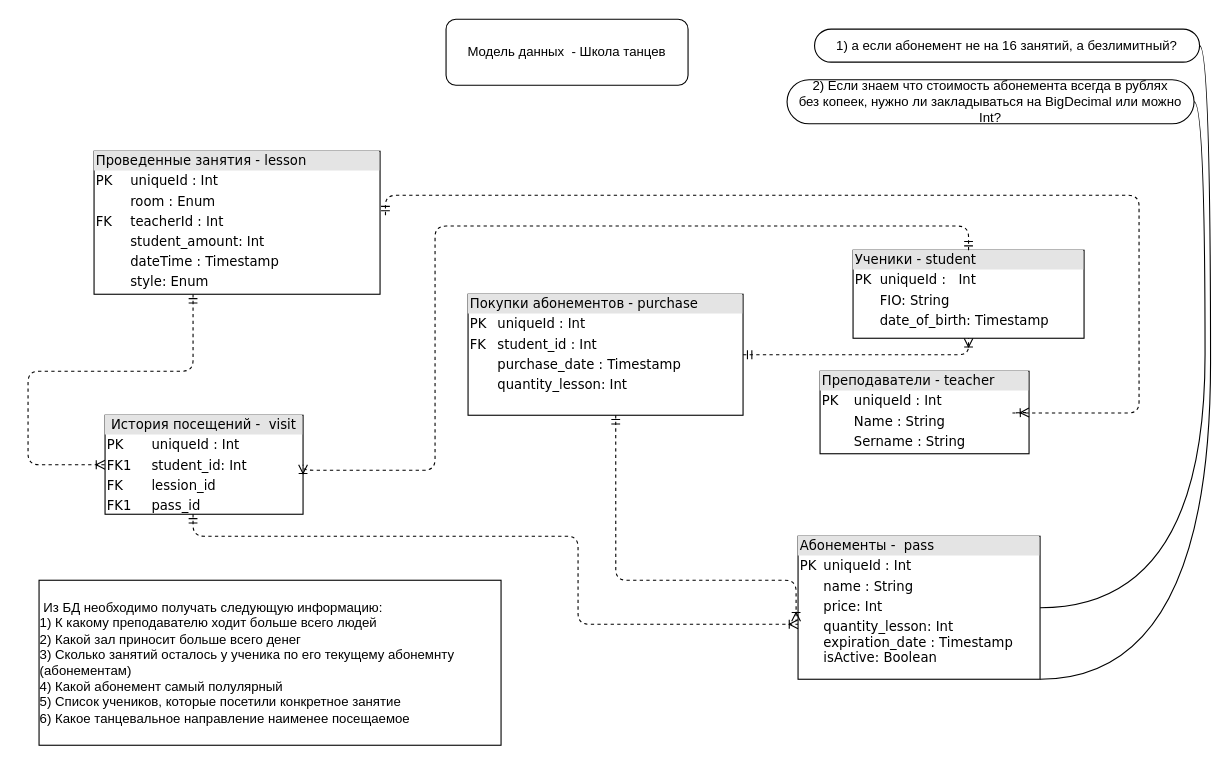
Above: Untitled Diagram.drawio in AlexandraKozhevnikova/level_up_data_base (draw.io), before the change. Source tidied: cells renumbered, new cells numbered last; positions are measured from the earlier drawing's top-left corner, leaving out a move shared by most shapes. Both pictures are drawn from the tidied source at 110%, with x=0, y=0 at pixel (28, 19).
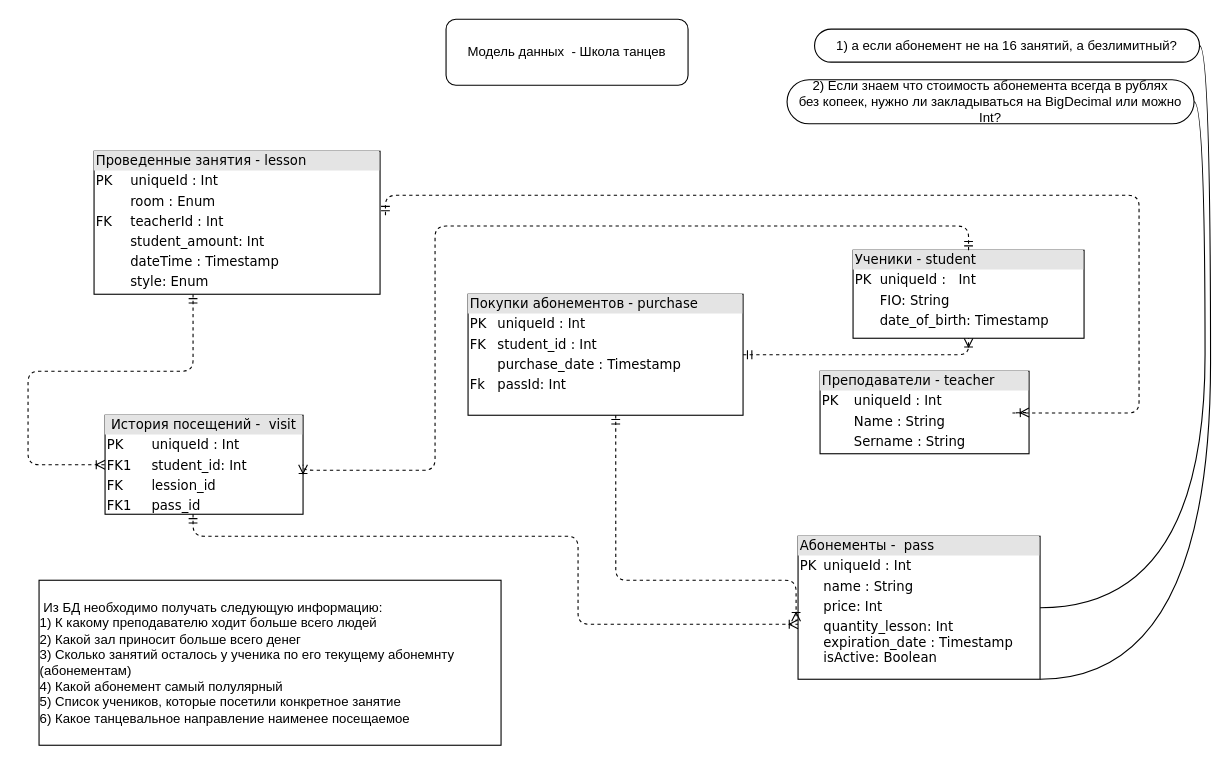
Above is the later version.

What changed in the source:
```diff
@@
-    <mxCell id="8" value="&lt;div style=&quot;box-sizing: border-box ; width: 100% ; background: #e4e4e4 ; padding: 2px&quot;&gt;Покупки абонементов - purchase&lt;/div&gt;&lt;table style=&quot;width: 100% ; font-size: 1em&quot; cellpadding=&quot;2&quot; cellspacing=&quot;0&quot;&gt;&lt;tbody&gt;&lt;tr&gt;&lt;td&gt;PK&lt;/td&gt;&lt;td&gt;uniqueId : Int&lt;/td&gt;&lt;/tr&gt;&lt;tr&gt;&lt;td&gt;FK&lt;/td&gt;&lt;td&gt;student_id : Int&lt;/td&gt;&lt;/tr&gt;&lt;tr&gt;&lt;td&gt;&lt;/td&gt;&lt;td&gt;purchase_date : Timestamp&lt;/td&gt;&lt;/tr&gt;&lt;tr&gt;&lt;td&gt;&lt;br&gt;&lt;/td&gt;&lt;td&gt;quantity_lesson: Int&lt;/td&gt;&lt;/tr&gt;&lt;tr&gt;&lt;td&gt;&lt;br&gt;&lt;/td&gt;&lt;td&gt;&lt;br&gt;&lt;/td&gt;&lt;/tr&gt;&lt;tr&gt;&lt;td&gt;&lt;br&gt;&lt;/td&gt;&lt;td&gt;&lt;br&gt;&lt;/td&gt;&lt;/tr&gt;&lt;tr&gt;&lt;td&gt;&lt;/td&gt;&lt;td&gt;&lt;br&gt;&lt;/td&gt;&lt;/tr&gt;&lt;/tbody&gt;&lt;/table&gt;" style="verticalAlign=top;align=left;overflow=fill;html=1;rounded=0;shadow=0;comic=0;labelBackgroundColor=none;strokeWidth=1;fontFamily=Verdana;fontSize=12;" parent="1" vertex="1">
+    <mxCell id="8" value="&lt;div style=&quot;box-sizing: border-box ; width: 100% ; background: #e4e4e4 ; padding: 2px&quot;&gt;Покупки абонементов - purchase&lt;/div&gt;&lt;table style=&quot;width: 100% ; font-size: 1em&quot; cellpadding=&quot;2&quot; cellspacing=&quot;0&quot;&gt;&lt;tbody&gt;&lt;tr&gt;&lt;td&gt;PK&lt;/td&gt;&lt;td&gt;uniqueId : Int&lt;/td&gt;&lt;/tr&gt;&lt;tr&gt;&lt;td&gt;FK&lt;/td&gt;&lt;td&gt;student_id : Int&lt;/td&gt;&lt;/tr&gt;&lt;tr&gt;&lt;td&gt;&lt;/td&gt;&lt;td&gt;purchase_date : Timestamp&lt;/td&gt;&lt;/tr&gt;&lt;tr&gt;&lt;td&gt;Fk&lt;/td&gt;&lt;td&gt;passId: Int&lt;/td&gt;&lt;/tr&gt;&lt;tr&gt;&lt;td&gt;&lt;br&gt;&lt;/td&gt;&lt;td&gt;&lt;br&gt;&lt;/td&gt;&lt;/tr&gt;&lt;tr&gt;&lt;td&gt;&lt;br&gt;&lt;/td&gt;&lt;td&gt;&lt;br&gt;&lt;/td&gt;&lt;/tr&gt;&lt;tr&gt;&lt;td&gt;&lt;/td&gt;&lt;td&gt;&lt;br&gt;&lt;/td&gt;&lt;/tr&gt;&lt;/tbody&gt;&lt;/table&gt;" style="verticalAlign=top;align=left;overflow=fill;html=1;rounded=0;shadow=0;comic=0;labelBackgroundColor=none;strokeWidth=1;fontFamily=Verdana;fontSize=12;" parent="1" vertex="1">
       <mxGeometry x="400" y="250" width="250" height="110" as="geometry" />
     </mxCell>
```
